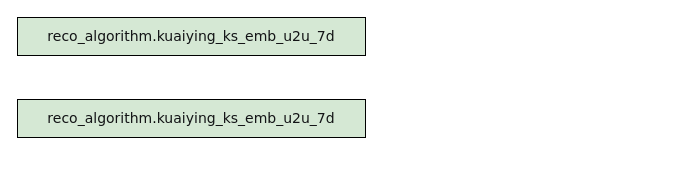
Above: 绘图.drawio in limpid-11/drawio (draw.io), before the change. Source tidied: cells renumbered, new cells numbered last; positions are measured from the earlier drawing's top-left corner, leaving out a move shared by most shapes. Both pictures are drawn from the tidied source at 100%, with x=0, y=0 at pixel (17, 17).
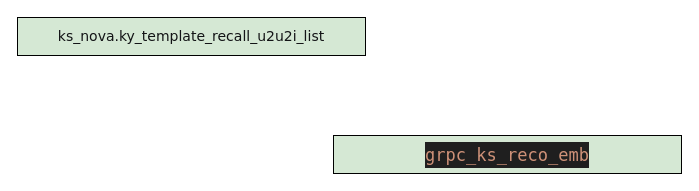
After the change.

Change to the diagram source:
```diff
@@
 <mxGraphModel>
   <root>
     <mxCell id="0" />
     <mxCell id="1" parent="0" />
-    <mxCell id="2" value="&lt;div style=&quot;color: rgb(19, 20, 22); font-size: 14px; line-height: 21px; white-space: pre;&quot;&gt;reco_algorithm&lt;span style=&quot;color: #000000;&quot;&gt;.&lt;/span&gt;kuaiying_ks_emb_u2u_7d&lt;/div&gt;" style="rounded=0;whiteSpace=wrap;html=1;fillColor=#d5e8d4;strokeColor=#000000;labelBackgroundColor=none;fontFamily=Verdana;" parent="1" vertex="1">
+    <mxCell id="2" value="&lt;div style=&quot;line-height: 21px; color: rgb(19, 20, 22);&quot;&gt;&lt;font color=&quot;#131416&quot;&gt;&lt;span style=&quot;font-size: 14px; white-space: pre;&quot;&gt;ks_nova.ky_template_recall_u2u2i_list&lt;/span&gt;&lt;/font&gt;&lt;/div&gt;" style="rounded=0;whiteSpace=wrap;html=1;fillColor=#d5e8d4;strokeColor=#000000;labelBackgroundColor=none;fontFamily=Verdana;" parent="1" vertex="1">
       <mxGeometry width="348" height="38" as="geometry" />
     </mxCell>
-    <mxCell id="3" value="&lt;div style=&quot;color: rgb(19, 20, 22); font-size: 14px; line-height: 21px; white-space: pre;&quot;&gt;reco_algorithm&lt;span style=&quot;color: #000000;&quot;&gt;.&lt;/span&gt;kuaiying_ks_emb_u2u_7d&lt;/div&gt;" style="rounded=0;whiteSpace=wrap;html=1;fillColor=#d5e8d4;strokeColor=#000000;labelBackgroundColor=none;fontFamily=Verdana;" parent="1" vertex="1">
-      <mxGeometry y="82" width="348" height="38" as="geometry" />
-    </mxCell>
+    <mxCell id="4" value="&lt;div style=&quot;line-height: 21px; color: rgb(19, 20, 22);&quot;&gt;&lt;div style=&quot;color: rgb(204, 204, 204); background-color: rgb(31, 31, 31); font-family: Menlo, Monaco, &amp;quot;Courier New&amp;quot;, monospace; font-size: 17px; line-height: 26px; white-space: pre;&quot;&gt;&lt;div style=&quot;line-height: 26px;&quot;&gt;&lt;span style=&quot;color: #ce9178;&quot;&gt;grpc_ks_reco_emb&lt;/span&gt;&lt;/div&gt;&lt;/div&gt;&lt;/div&gt;" style="rounded=0;whiteSpace=wrap;html=1;fillColor=#d5e8d4;strokeColor=#000000;labelBackgroundColor=none;fontFamily=Verdana;" parent="1" vertex="1">
+      <mxGeometry x="316" y="118" width="348" height="38" as="geometry" />
+    </mxCell>
   </root>
 </mxGraphModel>
```
